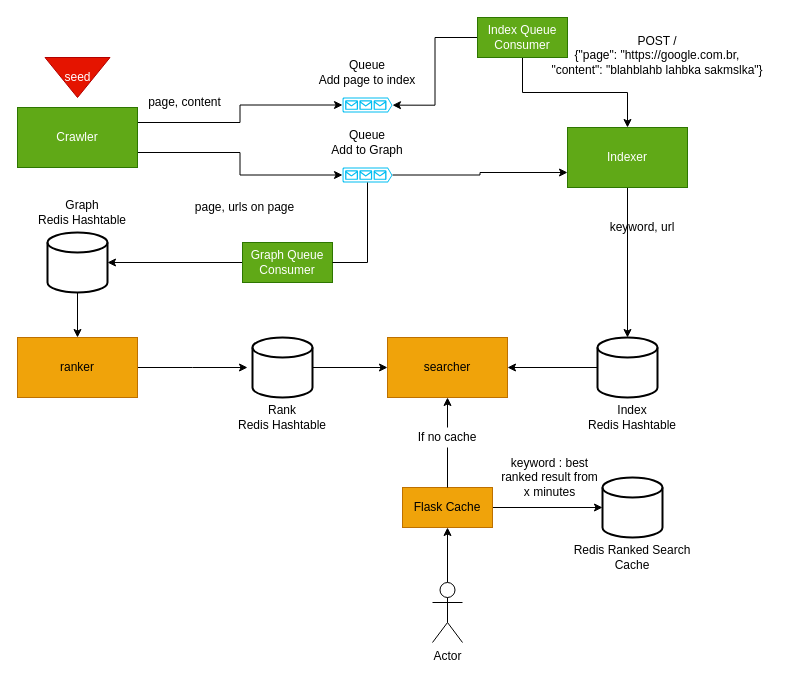
Before: search-engine.drawio in lariskovski/search-engine, a draw.io diagram. Source tidied: cells renumbered, new cells numbered last; positions are measured from the earlier drawing's top-left corner, leaving out a move shared by most shapes. Both pictures are drawn from the tidied source at 100%, with x=0, y=0 at pixel (17, 17).
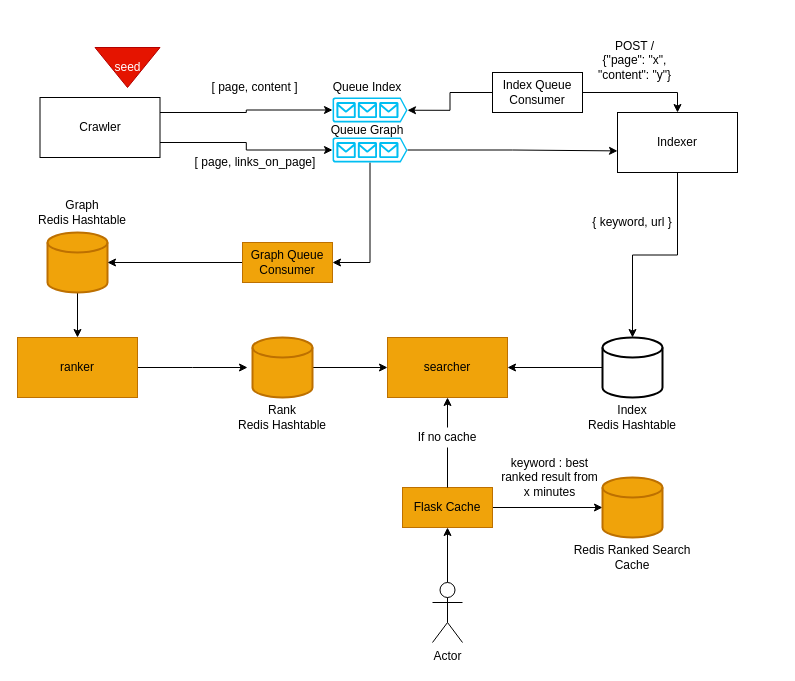
After the change.

What changed in the source:
```diff
@@
-    <mxCell id="3" style="edgeStyle=orthogonalEdgeStyle;rounded=0;jettySize=auto;html=1;exitX=1;exitY=0.75;exitDx=0;exitDy=0;entryX=0;entryY=0.5;entryDx=0;entryDy=0;entryPerimeter=0;" parent="1" edge="1" source="4" target="22">
-      <mxGeometry relative="1" as="geometry" />
-    </mxCell>
+    <mxCell id="45" style="edgeStyle=orthogonalEdgeStyle;rounded=0;jettySize=auto;html=1;exitX=1;exitY=0.75;exitDx=0;exitDy=0;entryX=0;entryY=0.5;entryDx=0;entryDy=0;entryPerimeter=0;" parent="1" edge="1" source="4" target="48">
+      <mxGeometry relative="1" as="geometry" />
+    </mxCell>
-    <mxCell id="4" value="Crawler" style="rounded=0;whiteSpace=wrap;html=1;fillColor=#60a917;strokeColor=#2D7600;fontColor=#ffffff;" parent="1" vertex="1">
-      <mxGeometry y="90" width="120" height="60" as="geometry" />
+    <mxCell id="4" value="Crawler" style="rounded=0;whiteSpace=wrap;html=1;" parent="1" vertex="1">
+      <mxGeometry x="22.5" y="80" width="120" height="60" as="geometry" />
     </mxCell>
     <mxCell id="5" style="verticalLabelPosition=bottom;html=1;verticalAlign=top;align=center;strokeColor=none;fillColor=#00BEF2;shape=mxgraph.azure.queue_generic;" parent="1" vertex="1">
-      <mxGeometry x="325" y="80" width="50" height="15" as="geometry" />
+      <mxGeometry x="315" y="80" width="75" height="25" as="geometry" />
     </mxCell>
@@
-    <mxCell id="7" style="strokeWidth=2;html=1;shape=mxgraph.flowchart.database;whiteSpace=wrap;" parent="1" vertex="1">
+    <mxCell id="7" style="strokeWidth=2;html=1;shape=mxgraph.flowchart.database;whiteSpace=wrap;fillColor=#f0a30a;strokeColor=#BD7000;fontColor=#000000;" parent="1" vertex="1">
       <mxGeometry x="30" y="215" width="60" height="60" as="geometry" />
     </mxCell>
-    <mxCell id="8" value="Queue&lt;br&gt;Add page to index" style="text;html=1;strokeColor=none;fillColor=none;align=center;verticalAlign=middle;whiteSpace=wrap;rounded=0;" parent="1" vertex="1">
-      <mxGeometry x="285" y="40" width="130" height="30" as="geometry" />
+    <mxCell id="8" value="Queue Index" style="text;html=1;strokeColor=none;fillColor=none;align=center;verticalAlign=middle;whiteSpace=wrap;rounded=0;" parent="1" vertex="1">
+      <mxGeometry x="285" y="55" width="130" height="30" as="geometry" />
     </mxCell>
-    <mxCell id="9" value="page, content" style="text;html=1;strokeColor=none;fillColor=none;align=center;verticalAlign=middle;whiteSpace=wrap;rounded=0;" parent="1" vertex="1">
-      <mxGeometry x="110" y="75" width="115" height="20" as="geometry" />
+    <mxCell id="9" value="[ page, content ]" style="text;html=1;strokeColor=none;fillColor=none;align=center;verticalAlign=middle;whiteSpace=wrap;rounded=0;" parent="1" vertex="1">
+      <mxGeometry x="180" y="60" width="115" height="20" as="geometry" />
     </mxCell>
@@
-    <mxCell id="12" value="Indexer" style="rounded=0;whiteSpace=wrap;html=1;fillColor=#60a917;strokeColor=#2D7600;fontColor=#ffffff;" parent="1" vertex="1">
-      <mxGeometry x="550" y="110" width="120" height="60" as="geometry" />
+    <mxCell id="12" value="Indexer" style="rounded=0;whiteSpace=wrap;html=1;" parent="1" vertex="1">
+      <mxGeometry x="600" y="95" width="120" height="60" as="geometry" />
     </mxCell>
-    <mxCell id="13" value="page, urls on page" style="text;html=1;strokeColor=none;fillColor=none;align=center;verticalAlign=middle;whiteSpace=wrap;rounded=0;" parent="1" vertex="1">
-      <mxGeometry x="170" y="180" width="115" height="20" as="geometry" />
+    <mxCell id="13" value="[ page, links_on_page]" style="text;html=1;strokeColor=none;fillColor=none;align=center;verticalAlign=middle;whiteSpace=wrap;rounded=0;" parent="1" vertex="1">
+      <mxGeometry x="167.5" y="135" width="140" height="20" as="geometry" />
     </mxCell>
@@
     <mxCell id="15" style="strokeWidth=2;html=1;shape=mxgraph.flowchart.database;whiteSpace=wrap;" parent="1" vertex="1">
-      <mxGeometry x="580" y="320" width="60" height="60" as="geometry" />
+      <mxGeometry x="585" y="320" width="60" height="60" as="geometry" />
     </mxCell>
@@
-    <mxCell id="17" value="keyword, url" style="text;html=1;strokeColor=none;fillColor=none;align=center;verticalAlign=middle;whiteSpace=wrap;rounded=0;" parent="1" vertex="1">
-      <mxGeometry x="560" y="200" width="130" height="20" as="geometry" />
+    <mxCell id="17" value="{ keyword, url }" style="text;html=1;strokeColor=none;fillColor=none;align=center;verticalAlign=middle;whiteSpace=wrap;rounded=0;" parent="1" vertex="1">
+      <mxGeometry x="550" y="195" width="130" height="20" as="geometry" />
     </mxCell>
@@
-    <mxCell id="21" style="edgeStyle=orthogonalEdgeStyle;rounded=0;jettySize=auto;html=1;entryX=0;entryY=0.75;entryDx=0;entryDy=0;" parent="1" edge="1" source="22" target="12">
-      <mxGeometry relative="1" as="geometry" />
-    </mxCell>
-    <mxCell id="22" style="verticalLabelPosition=bottom;html=1;verticalAlign=top;align=center;strokeColor=none;fillColor=#00BEF2;shape=mxgraph.azure.queue_generic;" parent="1" vertex="1">
-      <mxGeometry x="325" y="150" width="50" height="15" as="geometry" />
-    </mxCell>
-    <mxCell id="23" value="Queue&lt;br&gt;Add to Graph" style="text;html=1;strokeColor=none;fillColor=none;align=center;verticalAlign=middle;whiteSpace=wrap;rounded=0;" parent="1" vertex="1">
-      <mxGeometry x="285" y="110" width="130" height="30" as="geometry" />
+    <mxCell id="23" value="Queue Graph" style="text;html=1;strokeColor=none;fillColor=none;align=center;verticalAlign=middle;whiteSpace=wrap;rounded=0;" parent="1" vertex="1">
+      <mxGeometry x="285" y="95" width="130" height="35" as="geometry" />
     </mxCell>
@@
     <mxCell id="25" value="seed" style="triangle;whiteSpace=wrap;html=1;direction=south;fillColor=#e51400;strokeColor=#B20000;fontColor=#ffffff;" parent="1" vertex="1">
-      <mxGeometry x="27.5" y="40" width="65" height="40" as="geometry" />
+      <mxGeometry x="77.5" y="30" width="65" height="40" as="geometry" />
     </mxCell>
@@
-    <mxCell id="29" style="strokeWidth=2;html=1;shape=mxgraph.flowchart.database;whiteSpace=wrap;" parent="1" vertex="1">
+    <mxCell id="29" style="strokeWidth=2;html=1;shape=mxgraph.flowchart.database;whiteSpace=wrap;fillColor=#f0a30a;strokeColor=#BD7000;fontColor=#000000;" parent="1" vertex="1">
       <mxGeometry x="235" y="320" width="60" height="60" as="geometry" />
     </mxCell>
@@
-    <mxCell id="33" value="Index Queue Consumer" style="rounded=0;whiteSpace=wrap;html=1;fillColor=#60a917;strokeColor=#2D7600;fontColor=#ffffff;" parent="1" vertex="1">
-      <mxGeometry x="460" width="90" height="40" as="geometry" />
+    <mxCell id="33" value="Index Queue Consumer" style="rounded=0;whiteSpace=wrap;html=1;" parent="1" vertex="1">
+      <mxGeometry x="475" y="55" width="90" height="40" as="geometry" />
     </mxCell>
-    <mxCell id="34" value="POST /&lt;br&gt;{&quot;page&quot;: &quot;https://google.com.br,&lt;br&gt;&quot;content&quot;: &quot;blahblahb lahbka sakmslka&quot;}" style="text;html=1;strokeColor=none;fillColor=none;align=center;verticalAlign=middle;whiteSpace=wrap;rounded=0;" parent="1" vertex="1">
-      <mxGeometry x="520" width="240" height="75" as="geometry" />
+    <mxCell id="34" value="POST /&lt;br&gt;{&quot;page&quot;: &quot;x&quot;,&lt;br&gt;&quot;content&quot;: &quot;y&quot;}" style="text;html=1;strokeColor=none;fillColor=none;align=center;verticalAlign=middle;whiteSpace=wrap;rounded=0;" parent="1" vertex="1">
+      <mxGeometry x="565" y="5" width="105" height="75" as="geometry" />
     </mxCell>
-    <mxCell id="35" value="Graph Queue Consumer" style="rounded=0;whiteSpace=wrap;html=1;fillColor=#60a917;strokeColor=#2D7600;fontColor=#ffffff;" parent="1" vertex="1">
+    <mxCell id="35" value="Graph Queue Consumer" style="rounded=0;whiteSpace=wrap;html=1;fillColor=#f0a30a;strokeColor=#BD7000;fontColor=#000000;" parent="1" vertex="1">
       <mxGeometry x="225" y="225" width="90" height="40" as="geometry" />
     </mxCell>
-    <mxCell id="36" style="edgeStyle=orthogonalEdgeStyle;rounded=0;jettySize=auto;html=1;exitX=0.5;exitY=1;exitDx=0;exitDy=0;exitPerimeter=0;entryX=1;entryY=0.5;entryDx=0;entryDy=0;entryPerimeter=0;startArrow=none;startFill=0;strokeWidth=1;endArrow=none;" parent="1" edge="1" source="22" target="35">
-      <mxGeometry relative="1" as="geometry" />
-    </mxCell>
@@
-    <mxCell id="40" style="strokeWidth=2;html=1;shape=mxgraph.flowchart.database;whiteSpace=wrap;" parent="1" vertex="1">
+    <mxCell id="40" style="strokeWidth=2;html=1;shape=mxgraph.flowchart.database;whiteSpace=wrap;fillColor=#f0a30a;strokeColor=#BD7000;fontColor=#000000;" parent="1" vertex="1">
       <mxGeometry x="585" y="460" width="60" height="60" as="geometry" />
     </mxCell>
@@
+    <mxCell id="46" style="edgeStyle=orthogonalEdgeStyle;rounded=0;jettySize=auto;html=1;exitX=0.5;exitY=1;exitDx=0;exitDy=0;exitPerimeter=0;entryX=1;entryY=0.5;entryDx=0;entryDy=0;" parent="1" edge="1" source="48" target="35">
+      <mxGeometry relative="1" as="geometry" />
+    </mxCell>
+    <mxCell id="47" style="edgeStyle=orthogonalEdgeStyle;rounded=0;jettySize=auto;html=1;entryX=0;entryY=0.64;entryDx=0;entryDy=0;entryPerimeter=0;" parent="1" edge="1" source="48" target="12">
+      <mxGeometry relative="1" as="geometry" />
+    </mxCell>
+    <mxCell id="48" style="verticalLabelPosition=bottom;html=1;verticalAlign=top;align=center;strokeColor=none;fillColor=#00BEF2;shape=mxgraph.azure.queue_generic;" parent="1" vertex="1">
+      <mxGeometry x="315" y="120" width="75" height="25" as="geometry" />
+    </mxCell>
```
